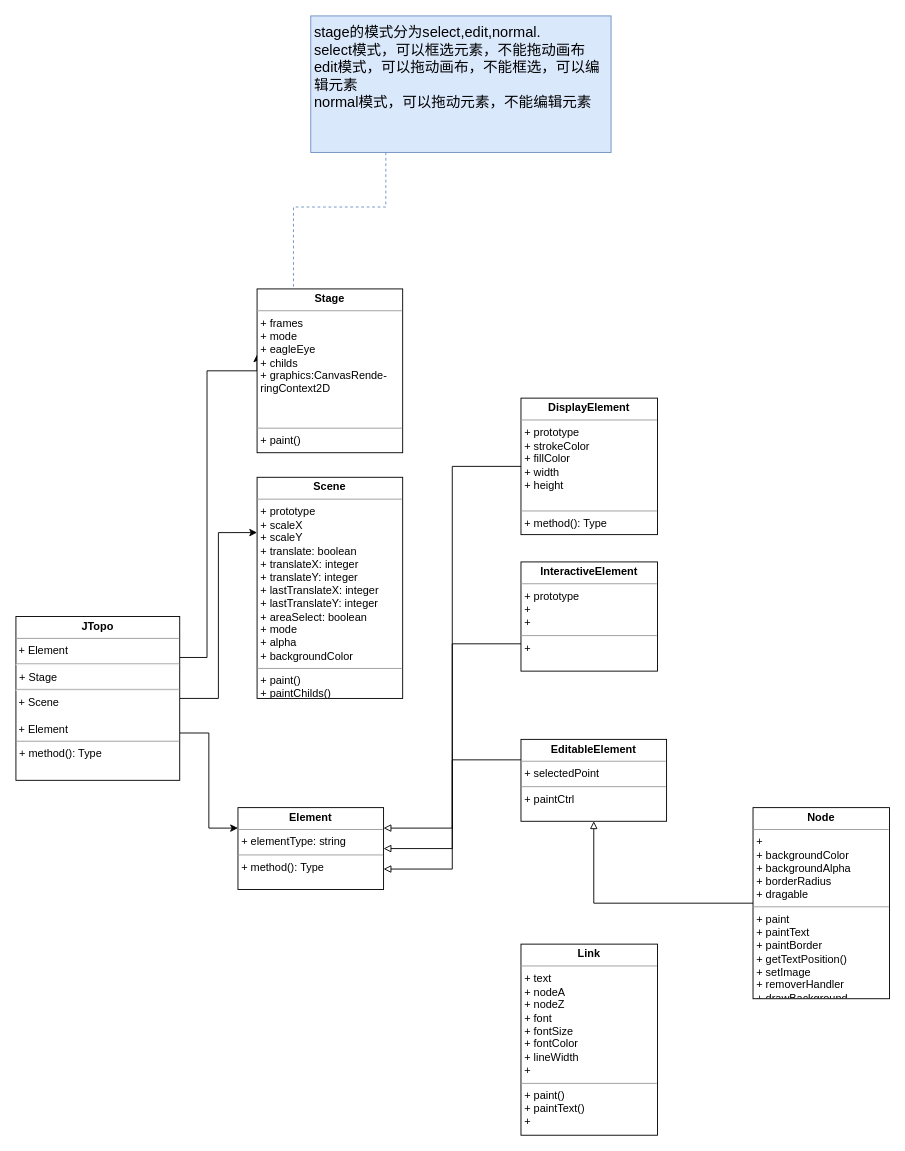
Earlier version of the draw.io diagram Jtopo.drawio (waterwatermelon/graph). Source tidied: cells renumbered, new cells numbered last; positions are measured from the earlier drawing's top-left corner, leaving out a move shared by most shapes. Both pictures are drawn from the tidied source at 91%, with x=0, y=0 at pixel (15, 15).
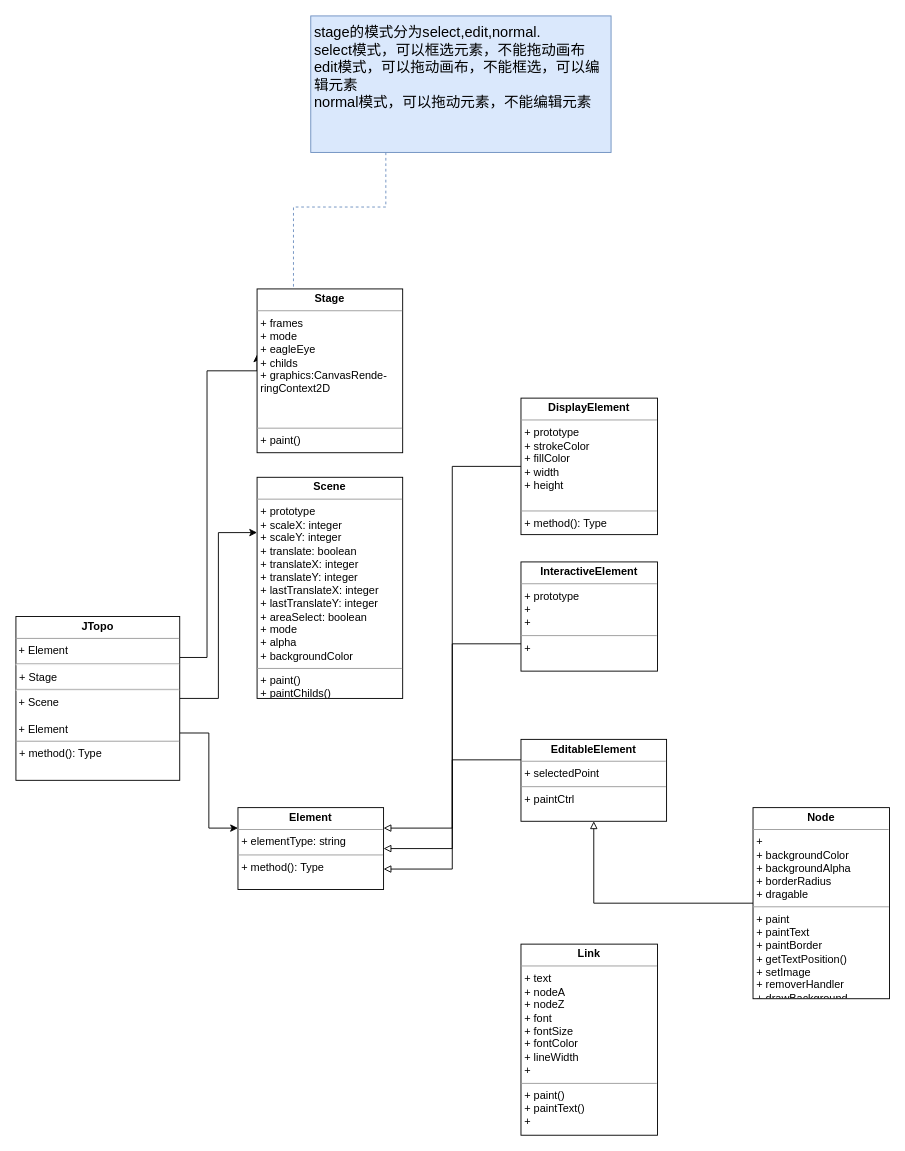
The same diagram, later.

Change to the diagram source:
```diff
@@
-    <mxCell id="2" value="&lt;p style=&quot;margin: 0px ; margin-top: 4px ; text-align: center&quot;&gt;&lt;b&gt;Scene&lt;/b&gt;&lt;/p&gt;&lt;hr size=&quot;1&quot;&gt;&lt;p style=&quot;margin: 0px ; margin-left: 4px&quot;&gt;+ prototype&lt;/p&gt;&lt;p style=&quot;margin: 0px ; margin-left: 4px&quot;&gt;&lt;span&gt;+ scaleX&lt;/span&gt;&lt;br&gt;&lt;/p&gt;&lt;p style=&quot;margin: 0px ; margin-left: 4px&quot;&gt;+ scaleY&lt;/p&gt;&lt;p style=&quot;margin: 0px ; margin-left: 4px&quot;&gt;+ translate: boolean&lt;/p&gt;&lt;p style=&quot;margin: 0px ; margin-left: 4px&quot;&gt;+ translateX: integer&lt;/p&gt;&lt;p style=&quot;margin: 0px ; margin-left: 4px&quot;&gt;+ translateY: integer&lt;br&gt;&lt;/p&gt;&lt;p style=&quot;margin: 0px ; margin-left: 4px&quot;&gt;+ lastTranslateX: integer&lt;br&gt;&lt;/p&gt;&lt;p style=&quot;margin: 0px ; margin-left: 4px&quot;&gt;+ lastTranslateY: integer&lt;br&gt;&lt;/p&gt;&lt;p style=&quot;margin: 0px ; margin-left: 4px&quot;&gt;+ areaSelect: boolean&lt;/p&gt;&lt;p style=&quot;margin: 0px ; margin-left: 4px&quot;&gt;+ mode&lt;/p&gt;&lt;p style=&quot;margin: 0px ; margin-left: 4px&quot;&gt;+ alpha&lt;br&gt;&lt;/p&gt;&lt;p style=&quot;margin: 0px ; margin-left: 4px&quot;&gt;+ backgroundColor&lt;br&gt;&lt;/p&gt;&lt;hr size=&quot;1&quot;&gt;&lt;p style=&quot;margin: 0px ; margin-left: 4px&quot;&gt;+ paint()&lt;/p&gt;&lt;p style=&quot;margin: 0px ; margin-left: 4px&quot;&gt;+ paintChilds()&lt;/p&gt;" style="verticalAlign=top;align=left;overflow=fill;fontSize=12;fontFamily=Helvetica;html=1;" parent="1" vertex="1">
+    <mxCell id="2" value="&lt;p style=&quot;margin: 0px ; margin-top: 4px ; text-align: center&quot;&gt;&lt;b&gt;Scene&lt;/b&gt;&lt;/p&gt;&lt;hr size=&quot;1&quot;&gt;&lt;p style=&quot;margin: 0px ; margin-left: 4px&quot;&gt;+ prototype&lt;/p&gt;&lt;p style=&quot;margin: 0px ; margin-left: 4px&quot;&gt;&lt;span&gt;+ scaleX: integer&lt;/span&gt;&lt;br&gt;&lt;/p&gt;&lt;p style=&quot;margin: 0px ; margin-left: 4px&quot;&gt;+ scaleY: integer&lt;/p&gt;&lt;p style=&quot;margin: 0px ; margin-left: 4px&quot;&gt;+ translate: boolean&lt;/p&gt;&lt;p style=&quot;margin: 0px ; margin-left: 4px&quot;&gt;+ translateX: integer&lt;/p&gt;&lt;p style=&quot;margin: 0px ; margin-left: 4px&quot;&gt;+ translateY: integer&lt;br&gt;&lt;/p&gt;&lt;p style=&quot;margin: 0px ; margin-left: 4px&quot;&gt;+ lastTranslateX: integer&lt;br&gt;&lt;/p&gt;&lt;p style=&quot;margin: 0px ; margin-left: 4px&quot;&gt;+ lastTranslateY: integer&lt;br&gt;&lt;/p&gt;&lt;p style=&quot;margin: 0px ; margin-left: 4px&quot;&gt;+ areaSelect: boolean&lt;/p&gt;&lt;p style=&quot;margin: 0px ; margin-left: 4px&quot;&gt;+ mode&lt;/p&gt;&lt;p style=&quot;margin: 0px ; margin-left: 4px&quot;&gt;+ alpha&lt;br&gt;&lt;/p&gt;&lt;p style=&quot;margin: 0px ; margin-left: 4px&quot;&gt;+ backgroundColor&lt;br&gt;&lt;/p&gt;&lt;hr size=&quot;1&quot;&gt;&lt;p style=&quot;margin: 0px ; margin-left: 4px&quot;&gt;+ paint()&lt;/p&gt;&lt;p style=&quot;margin: 0px ; margin-left: 4px&quot;&gt;+ paintChilds()&lt;/p&gt;" style="verticalAlign=top;align=left;overflow=fill;fontSize=12;fontFamily=Helvetica;html=1;" parent="1" vertex="1">
       <mxGeometry x="265" y="507" width="160" height="243" as="geometry" />
     </mxCell>
```
